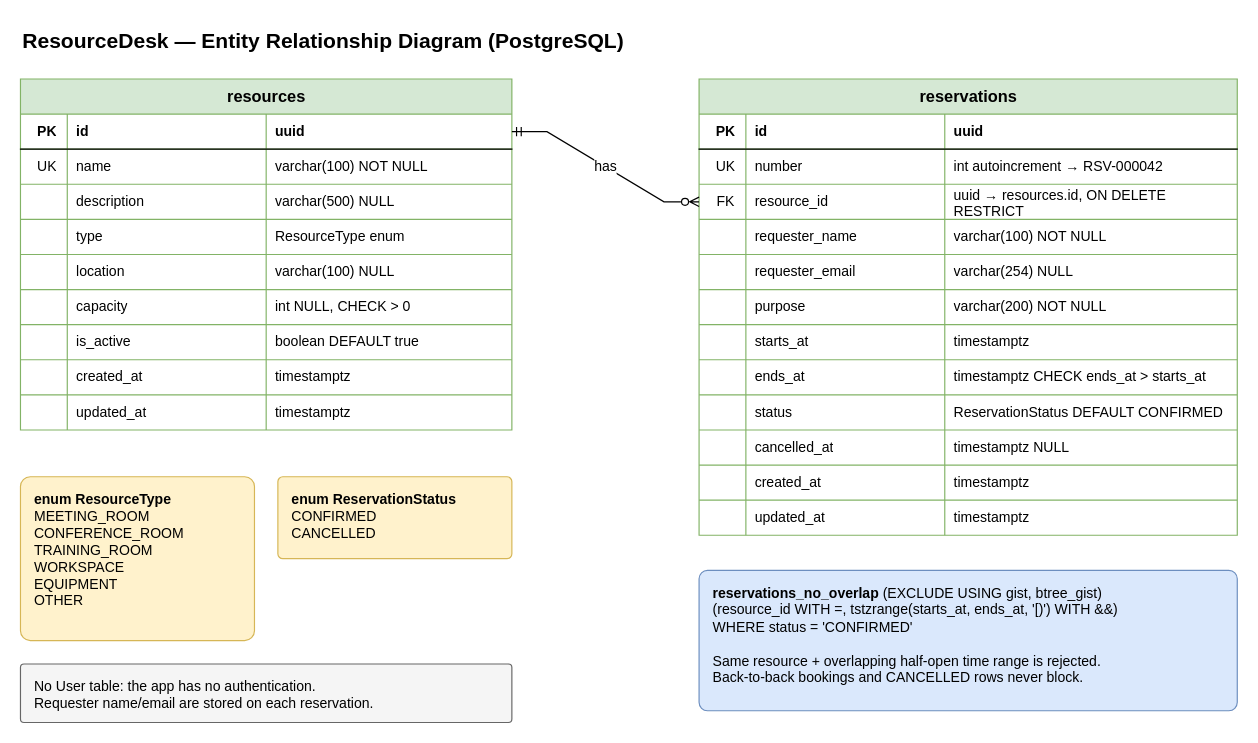
Before: docs/er-diagram.drawio in meyrushan29/resource-reservation-system, a draw.io diagram. Source tidied: cells renumbered, new cells numbered last; positions are measured from the earlier drawing's top-left corner, leaving out a move shared by most shapes. Both pictures are drawn from the tidied source at 117%, with x=0, y=0 at pixel (20, 20).
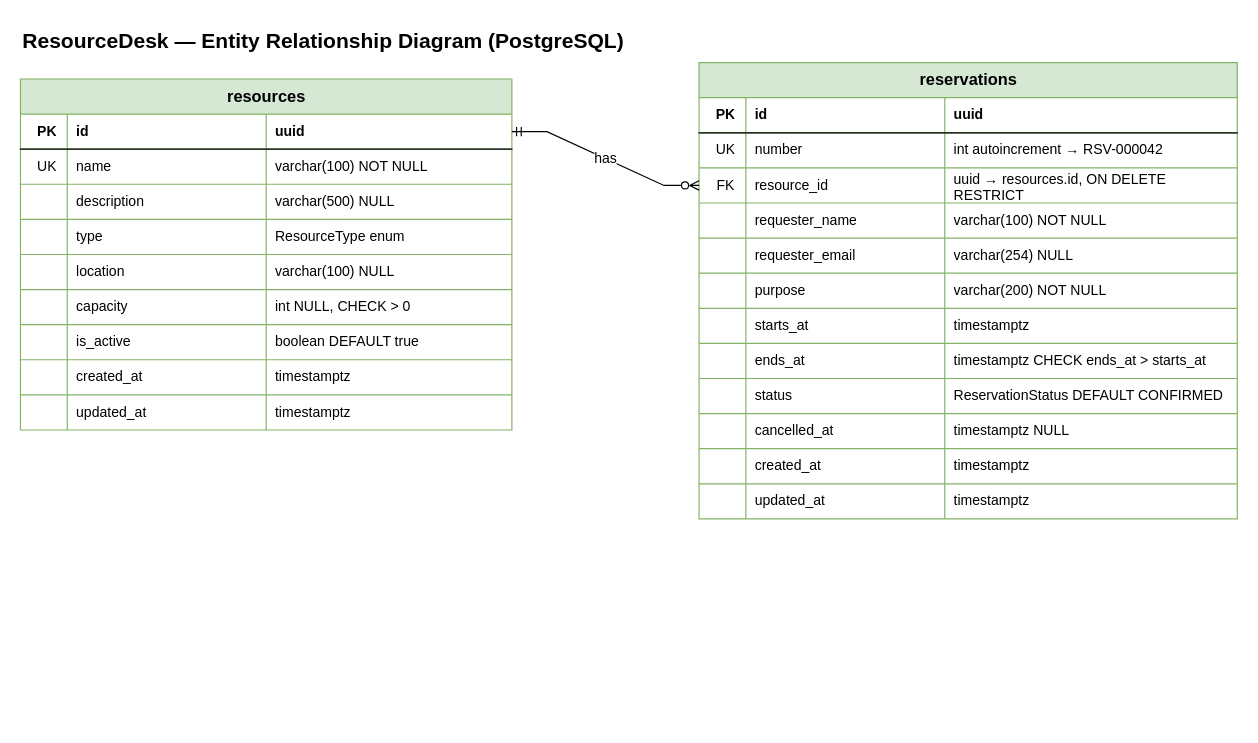
After the change.

Commit message (it also covers changes not shown here):
docs: add demo video and ER diagram links; disable AGENTS.md generation

What changed in the source:
```diff
@@
     <mxCell id="39" value="reservations" style="shape=table;startSize=30;childLayout=tableLayout;rowLines=1;fontStyle=1;align=center;html=1;fillColor=#d5e8d4;strokeColor=#82b366;fontSize=14;" parent="1" vertex="1">
-      <mxGeometry x="580" y="50" width="460" height="390" as="geometry" />
+      <mxGeometry x="580" y="36" width="460" height="390" as="geometry" />
     </mxCell>
@@
-    <mxCell id="89" value="&lt;b&gt;enum ResourceType&lt;/b&gt;&lt;br&gt;MEETING_ROOM&lt;br&gt;CONFERENCE_ROOM&lt;br&gt;TRAINING_ROOM&lt;br&gt;WORKSPACE&lt;br&gt;EQUIPMENT&lt;br&gt;OTHER" style="rounded=1;whiteSpace=wrap;html=1;align=left;verticalAlign=top;spacingLeft=10;spacingTop=6;fillColor=#fff2cc;strokeColor=#d6b656;fontSize=12;arcSize=6;" parent="1" vertex="1">
-      <mxGeometry y="390" width="200" height="140" as="geometry" />
-    </mxCell>
-    <mxCell id="90" value="&lt;b&gt;enum ReservationStatus&lt;/b&gt;&lt;br&gt;CONFIRMED&lt;br&gt;CANCELLED" style="rounded=1;whiteSpace=wrap;html=1;align=left;verticalAlign=top;spacingLeft=10;spacingTop=6;fillColor=#fff2cc;strokeColor=#d6b656;fontSize=12;arcSize=6;" parent="1" vertex="1">
-      <mxGeometry x="220" y="390" width="200" height="70" as="geometry" />
-    </mxCell>
-    <mxCell id="91" value="&lt;b&gt;reservations_no_overlap&lt;/b&gt; (EXCLUDE USING gist, btree_gist)&lt;br&gt;(resource_id WITH =, tstzrange(starts_at, ends_at, '[)') WITH &amp;amp;&amp;amp;)&lt;br&gt;WHERE status = 'CONFIRMED'&lt;br&gt;&lt;br&gt;Same resource + overlapping half-open time range is rejected.&lt;br&gt;Back-to-back bookings and CANCELLED rows never block." style="rounded=1;whiteSpace=wrap;html=1;align=left;verticalAlign=top;spacingLeft=10;spacingTop=6;fillColor=#dae8fc;strokeColor=#6c8ebf;fontSize=12;arcSize=6;" parent="1" vertex="1">
-      <mxGeometry x="580" y="470" width="460" height="120" as="geometry" />
-    </mxCell>
-    <mxCell id="92" value="No User table: the app has no authentication.&lt;br&gt;Requester name/email are stored on each reservation." style="rounded=1;whiteSpace=wrap;html=1;align=left;verticalAlign=top;spacingLeft=10;spacingTop=6;fillColor=#f5f5f5;strokeColor=#666666;fontSize=12;arcSize=6;" parent="1" vertex="1">
-      <mxGeometry y="550" width="420" height="50" as="geometry" />
-    </mxCell>
```
